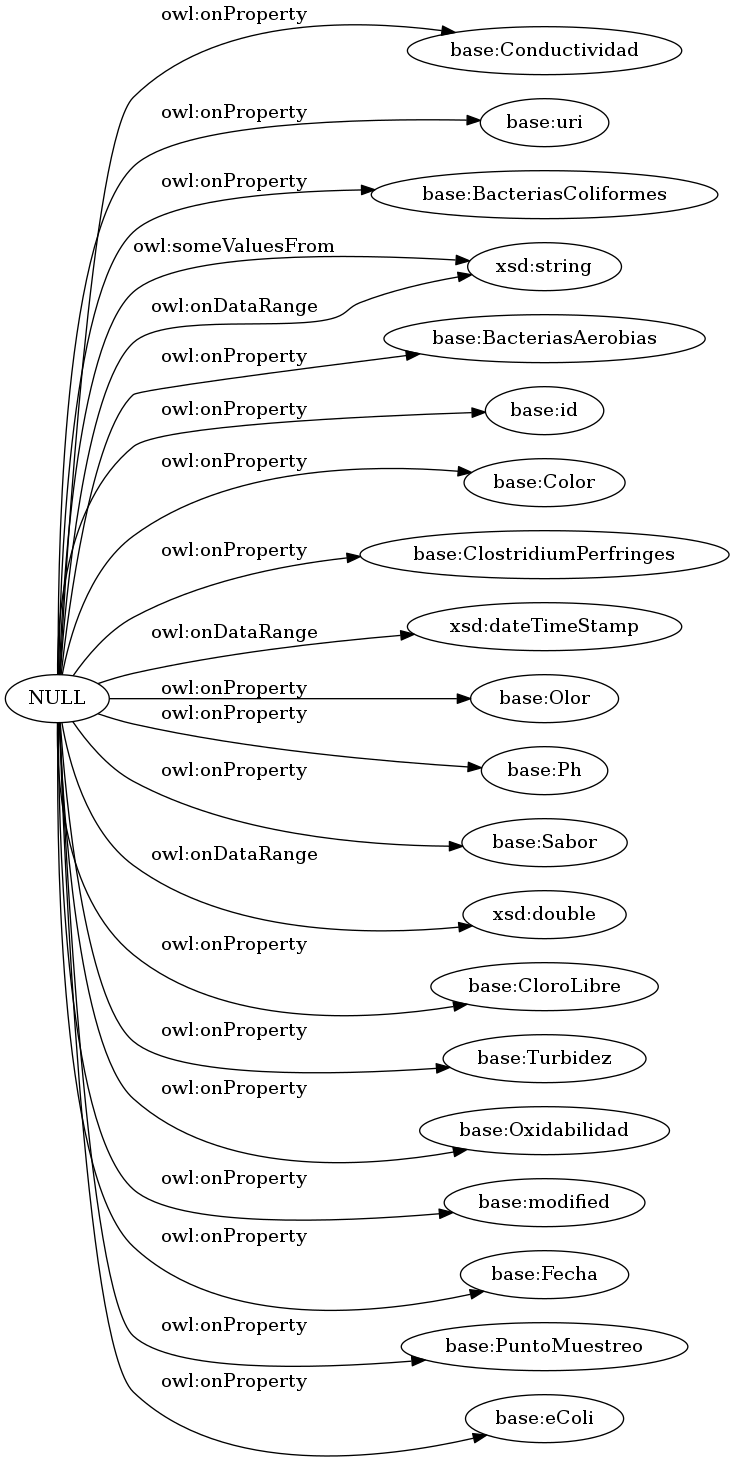
Before: OnToology/HandsOn/Group25/ontology/CalidadAguaOntology.owl/diagrams/ar2dtool-class/CalidadAguaOntology.owl.png, a diagram exported from Graphviz (adrix1341/Curso2020-2021). Its source is kept beside it as OnToology/HandsOn/Group25/ontology/CalidadAguaOntology.owl/diagrams/ar2dtool-class/CalidadAguaOntology.owl.png.dot. The source it was exported from:
```dot
digraph ar2dtool_diagram {
rankdir=LR;
size="1501"
	"NULL" -> "base:Conductividad" [ label = "owl:onProperty" ];
	"NULL" -> "base:uri" [ label = "owl:onProperty" ];
	"NULL" -> "base:BacteriasColiformes" [ label = "owl:onProperty" ];
	"NULL" -> "xsd:string" [ label = "owl:someValuesFrom" ];
	"NULL" -> "base:BacteriasAerobias" [ label = "owl:onProperty" ];
	"NULL" -> "base:id" [ label = "owl:onProperty" ];
	"NULL" -> "base:Color" [ label = "owl:onProperty" ];
	"NULL" -> "base:ClostridiumPerfringes" [ label = "owl:onProperty" ];
	"NULL" -> "xsd:dateTimeStamp" [ label = "owl:onDataRange" ];
	"NULL" -> "base:Olor" [ label = "owl:onProperty" ];
	"NULL" -> "base:Ph" [ label = "owl:onProperty" ];
	"NULL" -> "base:Sabor" [ label = "owl:onProperty" ];
	"NULL" -> "xsd:double" [ label = "owl:onDataRange" ];
	"NULL" -> "base:CloroLibre" [ label = "owl:onProperty" ];
	"NULL" -> "base:Turbidez" [ label = "owl:onProperty" ];
	"NULL" -> "base:Oxidabilidad" [ label = "owl:onProperty" ];
	"NULL" -> "base:modified" [ label = "owl:onProperty" ];
	"NULL" -> "xsd:string" [ label = "owl:onDataRange" ];
	"NULL" -> "base:Fecha" [ label = "owl:onProperty" ];
	"NULL" -> "base:PuntoMuestreo" [ label = "owl:onProperty" ];
	"NULL" -> "base:eColi" [ label = "owl:onProperty" ];

}
```
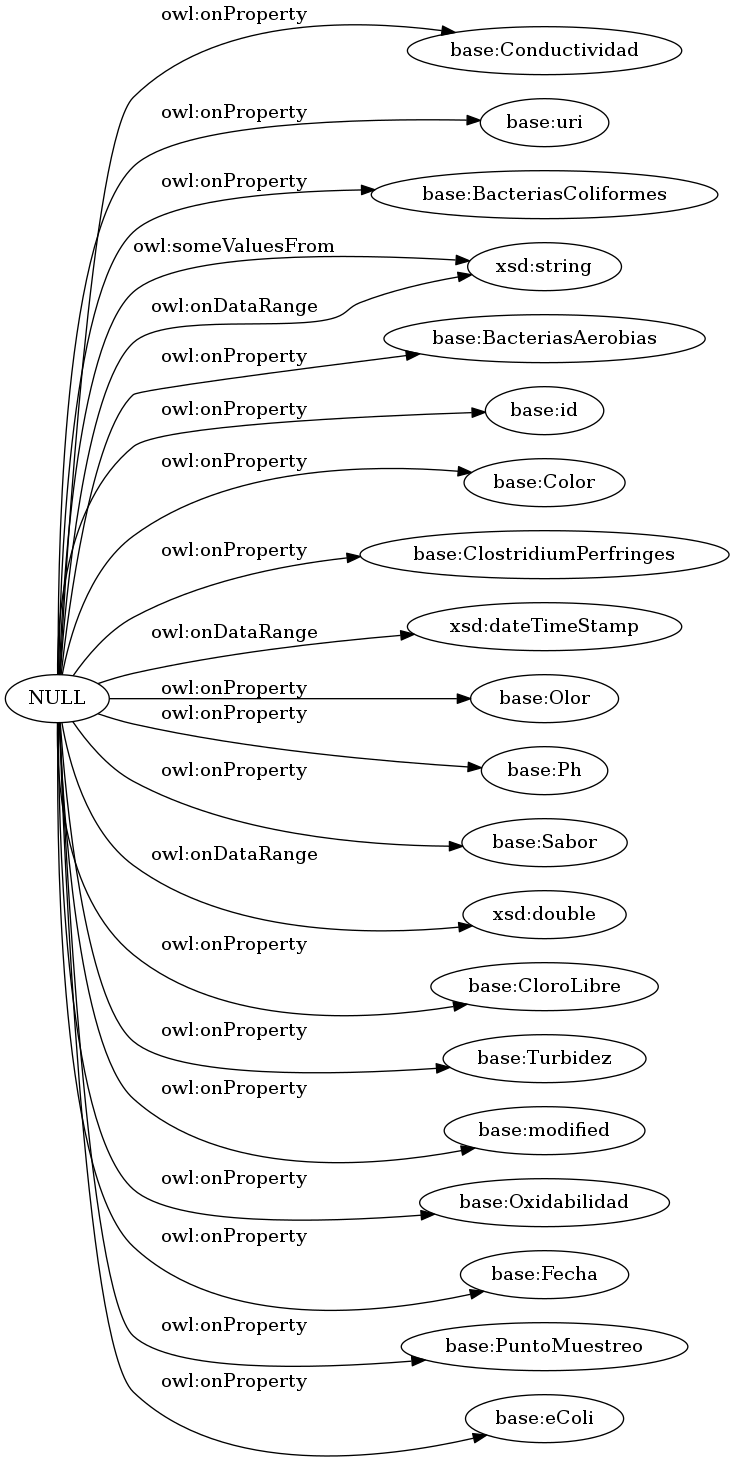
Later version of the same file.

What changed in the source:
```diff
@@ -16,8 +16,8 @@
 	"NULL" -> "xsd:double" [ label = "owl:onDataRange" ];
 	"NULL" -> "base:CloroLibre" [ label = "owl:onProperty" ];
 	"NULL" -> "base:Turbidez" [ label = "owl:onProperty" ];
+	"NULL" -> "base:modified" [ label = "owl:onProperty" ];
 	"NULL" -> "base:Oxidabilidad" [ label = "owl:onProperty" ];
-	"NULL" -> "base:modified" [ label = "owl:onProperty" ];
 	"NULL" -> "xsd:string" [ label = "owl:onDataRange" ];
 	"NULL" -> "base:Fecha" [ label = "owl:onProperty" ];
 	"NULL" -> "base:PuntoMuestreo" [ label = "owl:onProperty" ];
```
